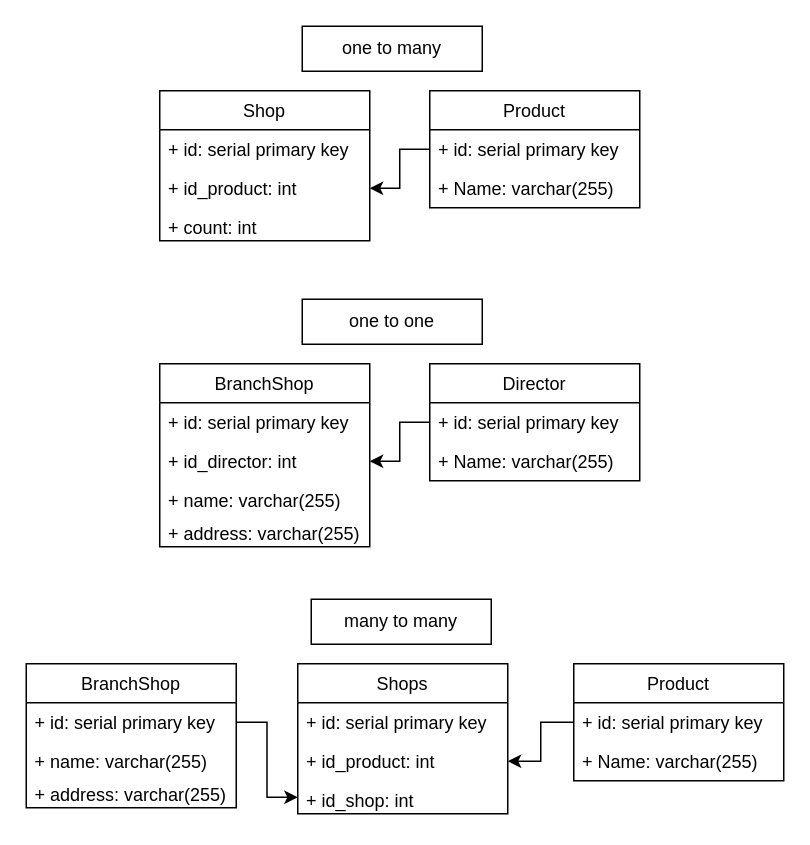
Above: data/DiagramExamples.drawio in AndrewBurUU/job4j_design (draw.io), before the change. Source tidied: cells renumbered, new cells numbered last; positions are measured from the earlier drawing's top-left corner, leaving out a move shared by most shapes. Both pictures are drawn from the tidied source at 150%, with x=0, y=0 at pixel (26, 26).
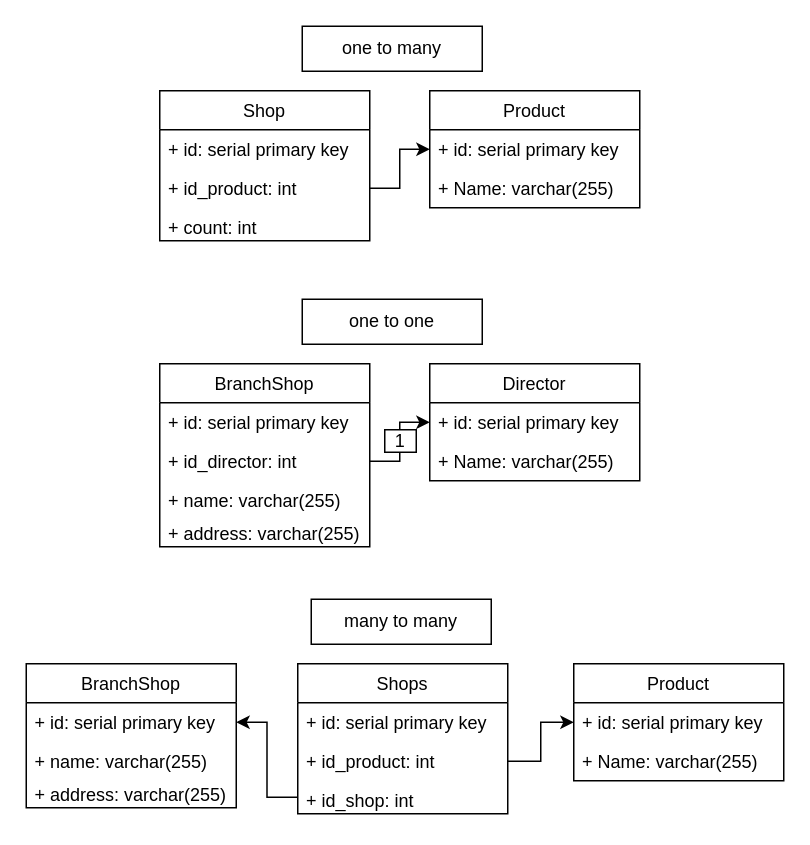
After the change.

Unchanged cells that the change refers to:
```xml
<mxCell id="3" value="+ id: serial primary key" style="text;strokeColor=none;fillColor=none;align=left;verticalAlign=top;spacingLeft=4;spacingRight=4;overflow=hidden;points=[[0,0.5],[1,0.5]];portConstraint=eastwest;" parent="2" vertex="1">
  <mxGeometry y="26" width="140" height="26" as="geometry" />
</mxCell>
<mxCell id="7" value="+ id_product: int" style="text;strokeColor=none;fillColor=none;align=left;verticalAlign=top;spacingLeft=4;spacingRight=4;overflow=hidden;points=[[0,0.5],[1,0.5]];portConstraint=eastwest;" parent="5" vertex="1">
  <mxGeometry y="52" width="140" height="26" as="geometry" />
</mxCell>
<mxCell id="12" value="+ id: serial primary key" style="text;strokeColor=none;fillColor=none;align=left;verticalAlign=top;spacingLeft=4;spacingRight=4;overflow=hidden;points=[[0,0.5],[1,0.5]];portConstraint=eastwest;" parent="11" vertex="1">
  <mxGeometry y="26" width="140" height="26" as="geometry" />
</mxCell>
<mxCell id="16" value="+ id_director: int" style="text;strokeColor=none;fillColor=none;align=left;verticalAlign=top;spacingLeft=4;spacingRight=4;overflow=hidden;points=[[0,0.5],[1,0.5]];portConstraint=eastwest;" parent="14" vertex="1">
  <mxGeometry y="52" width="140" height="26" as="geometry" />
</mxCell>
<mxCell id="22" value="+ id: serial primary key" style="text;strokeColor=none;fillColor=none;align=left;verticalAlign=top;spacingLeft=4;spacingRight=4;overflow=hidden;points=[[0,0.5],[1,0.5]];portConstraint=eastwest;" parent="21" vertex="1">
  <mxGeometry y="26" width="140" height="26" as="geometry" />
</mxCell>
<mxCell id="28" value="+ id_product: int" style="text;strokeColor=none;fillColor=none;align=left;verticalAlign=top;spacingLeft=4;spacingRight=4;overflow=hidden;points=[[0,0.5],[1,0.5]];portConstraint=eastwest;" parent="26" vertex="1">
  <mxGeometry y="52" width="140" height="26" as="geometry" />
</mxCell>
<mxCell id="29" value="+ id_shop: int" style="text;strokeColor=none;fillColor=none;align=left;verticalAlign=top;spacingLeft=4;spacingRight=4;overflow=hidden;points=[[0,0.5],[1,0.5]];portConstraint=eastwest;" parent="26" vertex="1">
  <mxGeometry y="78" width="140" height="22" as="geometry" />
</mxCell>
<mxCell id="31" value="+ id: serial primary key" style="text;strokeColor=none;fillColor=none;align=left;verticalAlign=top;spacingLeft=4;spacingRight=4;overflow=hidden;points=[[0,0.5],[1,0.5]];portConstraint=eastwest;" parent="30" vertex="1">
  <mxGeometry y="26" width="140" height="26" as="geometry" />
</mxCell>
```

What changed in the source:
```diff
@@
-    <mxCell id="9" style="edgeStyle=orthogonalEdgeStyle;rounded=0;jettySize=auto;html=1;entryX=1;entryY=0.5;entryDx=0;entryDy=0;" parent="1" edge="1" source="3" target="7">
+    <mxCell id="9" style="edgeStyle=orthogonalEdgeStyle;rounded=0;jettySize=auto;html=1;exitX=1;exitY=0.5;exitDx=0;exitDy=0;entryX=0;entryY=0.5;entryDx=0;entryDy=0;" parent="1" edge="1" source="7" target="3">
       <mxGeometry relative="1" as="geometry" />
     </mxCell>
@@
-    <mxCell id="19" style="edgeStyle=orthogonalEdgeStyle;rounded=0;jettySize=auto;html=1;entryX=1;entryY=0.5;entryDx=0;entryDy=0;" parent="1" edge="1" source="12" target="16">
-      <mxGeometry relative="1" as="geometry" />
-    </mxCell>
@@
-    <mxCell id="24" style="edgeStyle=orthogonalEdgeStyle;rounded=0;jettySize=auto;html=1;entryX=1;entryY=0.5;entryDx=0;entryDy=0;" parent="1" edge="1" source="22" target="28">
+    <mxCell id="24" style="edgeStyle=orthogonalEdgeStyle;rounded=0;jettySize=auto;html=1;exitX=1;exitY=0.5;exitDx=0;exitDy=0;entryX=0;entryY=0.5;entryDx=0;entryDy=0;" parent="1" edge="1" source="28" target="22">
       <mxGeometry relative="1" as="geometry" />
     </mxCell>
@@
-    <mxCell id="34" style="edgeStyle=orthogonalEdgeStyle;rounded=0;jettySize=auto;html=1;entryX=0;entryY=0.5;entryDx=0;entryDy=0;" parent="1" edge="1" source="31" target="29">
+    <mxCell id="34" style="edgeStyle=orthogonalEdgeStyle;rounded=0;jettySize=auto;html=1;exitX=0;exitY=0.5;exitDx=0;exitDy=0;entryX=1;entryY=0.5;entryDx=0;entryDy=0;" parent="1" edge="1" source="29" target="31">
       <mxGeometry relative="1" as="geometry" />
     </mxCell>
+    <mxCell id="19" style="edgeStyle=orthogonalEdgeStyle;rounded=0;jettySize=auto;html=1;entryX=0;entryY=0.5;entryDx=0;entryDy=0;exitX=1;exitY=0.5;exitDx=0;exitDy=0;" parent="1" edge="1" source="16" target="12">
+      <mxGeometry relative="1" as="geometry" />
+    </mxCell>
+    <mxCell id="35" value="1" style="rounded=0;whiteSpace=wrap;html=1;" parent="1" vertex="1">
+      <mxGeometry x="239" y="269" width="21" height="15" as="geometry" />
+    </mxCell>
```
